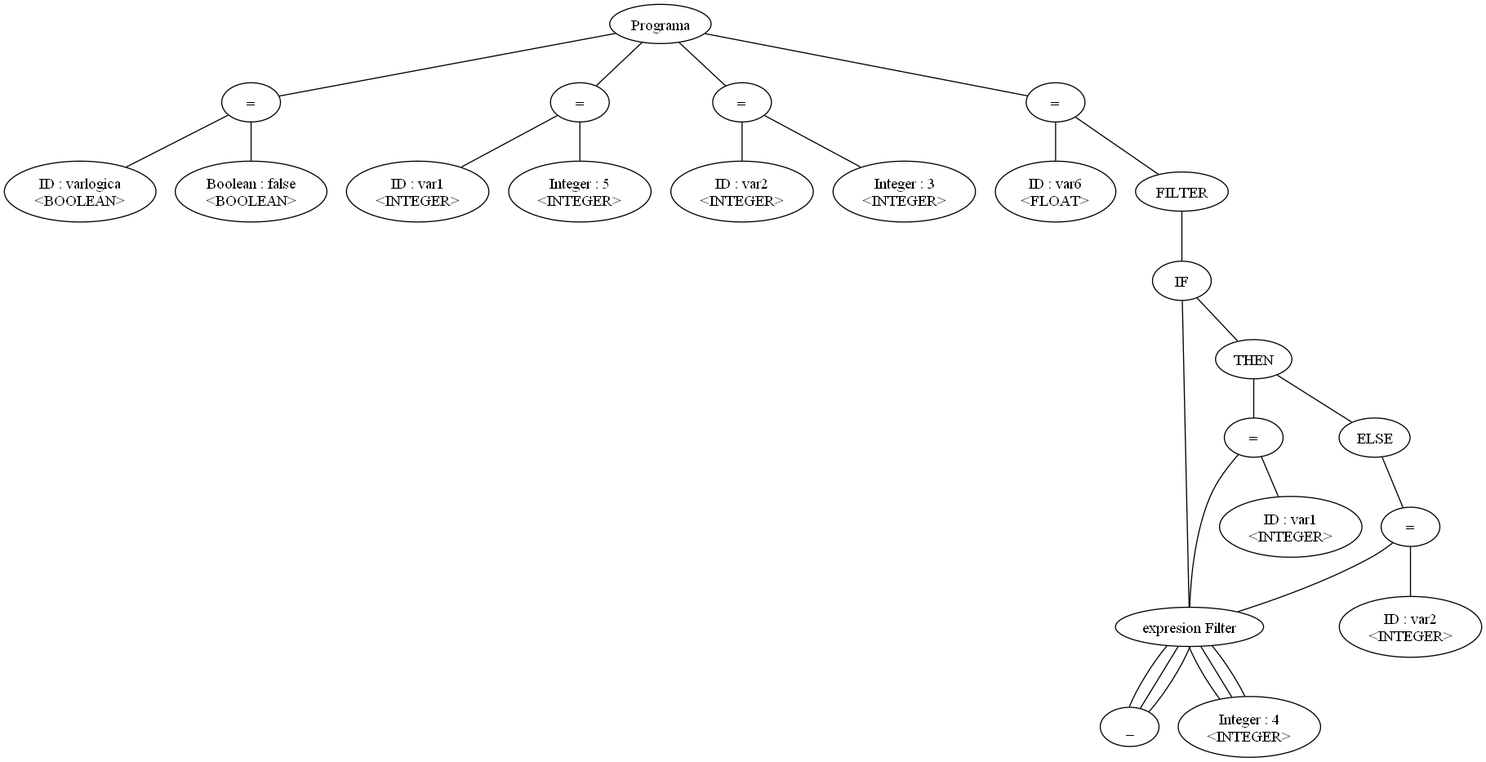
Before: arbol.png, a diagram exported from Graphviz (leandroprios/compilador). Its source is kept beside it as arbol.dot.
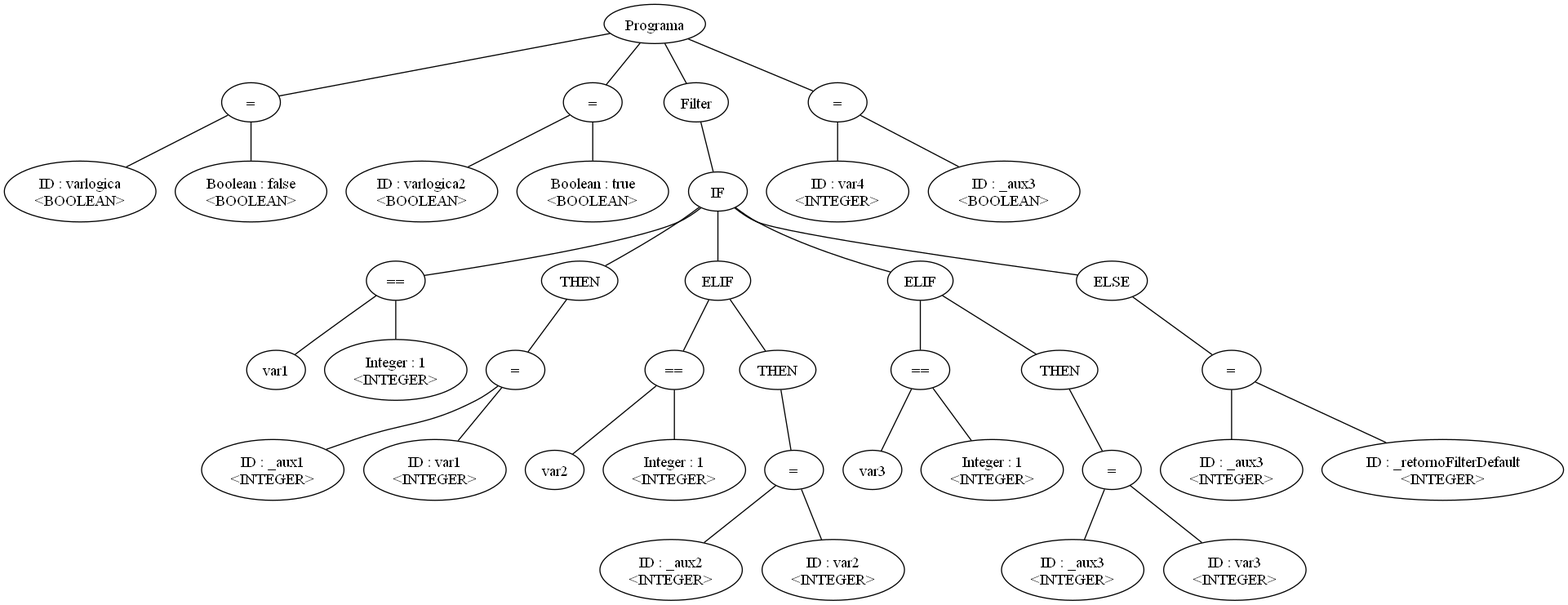
After the change.

Diff of the diagram source:
```diff
@@ -1,58 +1,78 @@
-graph G {nodo_1864582582[label="Programa"]
-nodo_1100424528[label="="]
-nodo_1864582582--nodo_1100424528
-nodo_101941028[label="ID : varlogica\n<BOOLEAN>"]
-nodo_1100424528--nodo_101941028
-nodo_1936233637[label="Boolean : false\n<BOOLEAN>"]
-nodo_1100424528--nodo_1936233637
-nodo_241494135[label="="]
-nodo_1864582582--nodo_241494135
-nodo_1990320462[label="ID : var1\n<INTEGER>"]
-nodo_241494135--nodo_1990320462
-nodo_1800817377[label="Integer : 5\n<INTEGER>"]
-nodo_241494135--nodo_1800817377
-nodo_1546397330[label="="]
-nodo_1864582582--nodo_1546397330
-nodo_1973574192[label="ID : var2\n<INTEGER>"]
-nodo_1546397330--nodo_1973574192
-nodo_217087579[label="Integer : 3\n<INTEGER>"]
-nodo_1546397330--nodo_217087579
-nodo_1437088870[label="="]
-nodo_1864582582--nodo_1437088870
-nodo_1754110199[label="ID : var6\n<FLOAT>"]
-nodo_1437088870--nodo_1754110199
-nodo_253312012[label="FILTER"]
-nodo_1437088870--nodo_253312012
-nodo_9734418[label="IF"]
-nodo_253312012--nodo_9734418
-nodo_705542599[label="expresion Filter"]
-nodo_9734418--nodo_705542599
-nodo_277194276[label="_"]
-nodo_705542599--nodo_277194276
-nodo_1446642020[label="Integer : 4\n<INTEGER>"]
-nodo_705542599--nodo_1446642020
-nodo_1726777651[label="THEN"]
-nodo_9734418--nodo_1726777651
-nodo_951121428[label="="]
-nodo_1726777651--nodo_951121428
-nodo_87675808[label="ID : var1\n<INTEGER>"]
-nodo_951121428--nodo_87675808
-nodo_705542599[label="expresion Filter"]
-nodo_951121428--nodo_705542599
-nodo_277194276[label="_"]
-nodo_705542599--nodo_277194276
-nodo_1446642020[label="Integer : 4\n<INTEGER>"]
-nodo_705542599--nodo_1446642020
-nodo_1793940025[label="ELSE"]
-nodo_1726777651--nodo_1793940025
-nodo_1734175253[label="="]
-nodo_1793940025--nodo_1734175253
-nodo_1482825916[label="ID : var2\n<INTEGER>"]
-nodo_1734175253--nodo_1482825916
-nodo_705542599[label="expresion Filter"]
-nodo_1734175253--nodo_705542599
-nodo_277194276[label="_"]
-nodo_705542599--nodo_277194276
-nodo_1446642020[label="Integer : 4\n<INTEGER>"]
-nodo_705542599--nodo_1446642020
+graph G {nodo_1078639890[label="Programa"]
+nodo_1909777158[label="="]
+nodo_1078639890--nodo_1909777158
+nodo_206323037[label="ID : varlogica\n<BOOLEAN>"]
+nodo_1909777158--nodo_206323037
+nodo_427533291[label="Boolean : false\n<BOOLEAN>"]
+nodo_1909777158--nodo_427533291
+nodo_1441543124[label="="]
+nodo_1078639890--nodo_1441543124
+nodo_66463420[label="ID : varlogica2\n<BOOLEAN>"]
+nodo_1441543124--nodo_66463420
+nodo_1857897802[label="Boolean : true\n<BOOLEAN>"]
+nodo_1441543124--nodo_1857897802
+nodo_706598797[label="Filter"]
+nodo_1078639890--nodo_706598797
+nodo_509289353[label="IF"]
+nodo_706598797--nodo_509289353
+nodo_683254514[label="=="]
+nodo_509289353--nodo_683254514
+nodo_1818016215[label="var1"]
+nodo_683254514--nodo_1818016215
+nodo_727488702[label="Integer : 1\n<INTEGER>"]
+nodo_683254514--nodo_727488702
+nodo_1199331040[label="THEN"]
+nodo_509289353--nodo_1199331040
+nodo_870968588[label="="]
+nodo_1199331040--nodo_870968588
+nodo_988969127[label="ID : _aux1\n<INTEGER>"]
+nodo_870968588--nodo_988969127
+nodo_1973722671[label="ID : var1\n<INTEGER>"]
+nodo_870968588--nodo_1973722671
+nodo_815513896[label="ELIF"]
+nodo_509289353--nodo_815513896
+nodo_1281809338[label="=="]
+nodo_815513896--nodo_1281809338
+nodo_1702409681[label="var2"]
+nodo_1281809338--nodo_1702409681
+nodo_880548535[label="Integer : 1\n<INTEGER>"]
+nodo_1281809338--nodo_880548535
+nodo_1978279311[label="THEN"]
+nodo_815513896--nodo_1978279311
+nodo_549565552[label="="]
+nodo_1978279311--nodo_549565552
+nodo_3627908[label="ID : _aux2\n<INTEGER>"]
+nodo_549565552--nodo_3627908
+nodo_1422545047[label="ID : var2\n<INTEGER>"]
+nodo_549565552--nodo_1422545047
+nodo_242004232[label="ELIF"]
+nodo_509289353--nodo_242004232
+nodo_589559425[label="=="]
+nodo_242004232--nodo_589559425
+nodo_426930714[label="var3"]
+nodo_589559425--nodo_426930714
+nodo_523949899[label="Integer : 1\n<INTEGER>"]
+nodo_589559425--nodo_523949899
+nodo_1193419614[label="THEN"]
+nodo_242004232--nodo_1193419614
+nodo_1209972396[label="="]
+nodo_1193419614--nodo_1209972396
+nodo_1115094807[label="ID : _aux3\n<INTEGER>"]
+nodo_1209972396--nodo_1115094807
+nodo_188737693[label="ID : var3\n<INTEGER>"]
+nodo_1209972396--nodo_188737693
+nodo_1436853977[label="ELSE"]
+nodo_509289353--nodo_1436853977
+nodo_1816971415[label="="]
+nodo_1436853977--nodo_1816971415
+nodo_431430734[label="ID : _aux3\n<INTEGER>"]
+nodo_1816971415--nodo_431430734
+nodo_1832416485[label="ID : _retornoFilterDefault\n<INTEGER>"]
+nodo_1816971415--nodo_1832416485
+nodo_1763201547[label="="]
+nodo_1078639890--nodo_1763201547
+nodo_1671051215[label="ID : var4\n<INTEGER>"]
+nodo_1763201547--nodo_1671051215
+nodo_1122894494[label="ID : _aux3\n<BOOLEAN>"]
+nodo_1763201547--nodo_1122894494
 }
```
